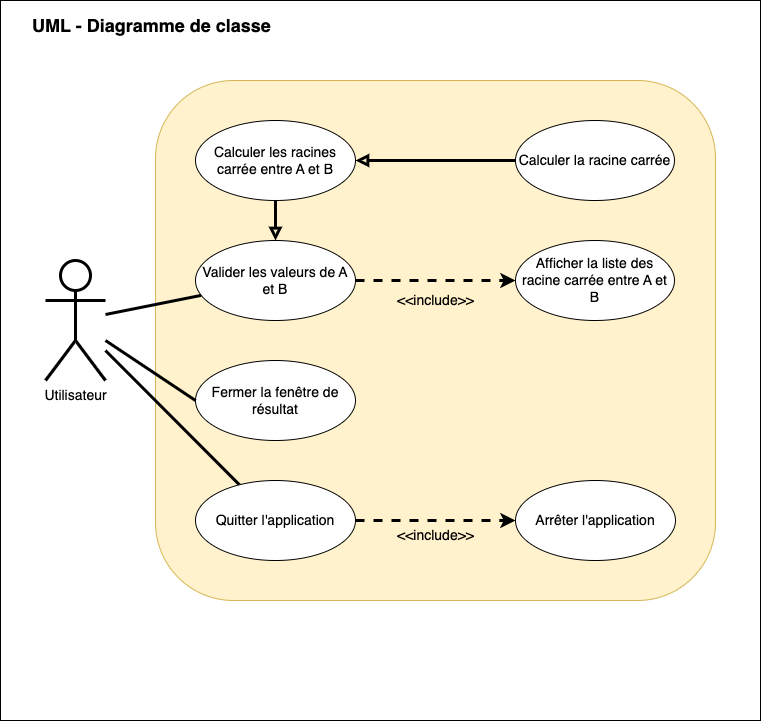
This is _img/2_Diagrammes_Uses_Cases.png from ldumay/esiee_2023_qualite_logiciels, a draw.io export, as it was before one commit. Source tidied: cells renumbered, new cells last; positions are measured from the earlier drawing's top-left corner, leaving out a move shared by most shapes.
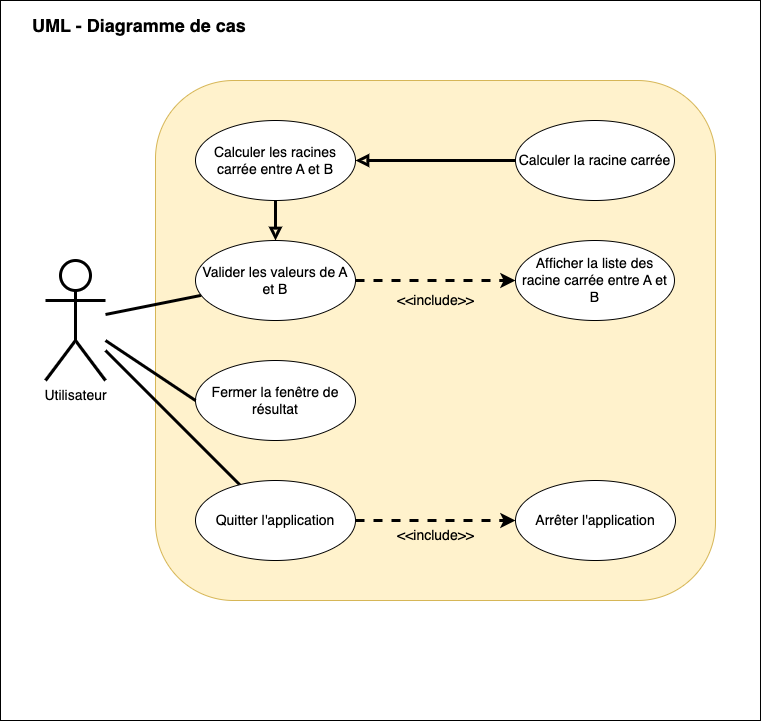
Above is the later version.

Diff of the diagram source:
```diff
@@ -5,7 +5,7 @@
     <mxCell id="2" style="rounded=0;whiteSpace=wrap;html=1;fontSize=14;fillColor=default;" parent="1" vertex="1">
       <mxGeometry width="760" height="720" as="geometry" />
     </mxCell>
-    <mxCell id="3" value="UML - Diagramme de classe" style="text;html=1;strokeColor=none;fillColor=none;align=left;verticalAlign=middle;whiteSpace=wrap;rounded=0;fontSize=18;fontStyle=1;" parent="1" vertex="1">
+    <mxCell id="3" value="UML - Diagramme de cas" style="text;html=1;strokeColor=none;fillColor=none;align=left;verticalAlign=middle;whiteSpace=wrap;rounded=0;fontSize=18;fontStyle=1;" parent="1" vertex="1">
       <mxGeometry x="30" y="10" width="250" height="30" as="geometry" />
     </mxCell>
     <mxCell id="4" style="rounded=1;whiteSpace=wrap;html=1;fontSize=14;fillColor=#fff2cc;strokeColor=#d6b656;" parent="1" vertex="1">
```
